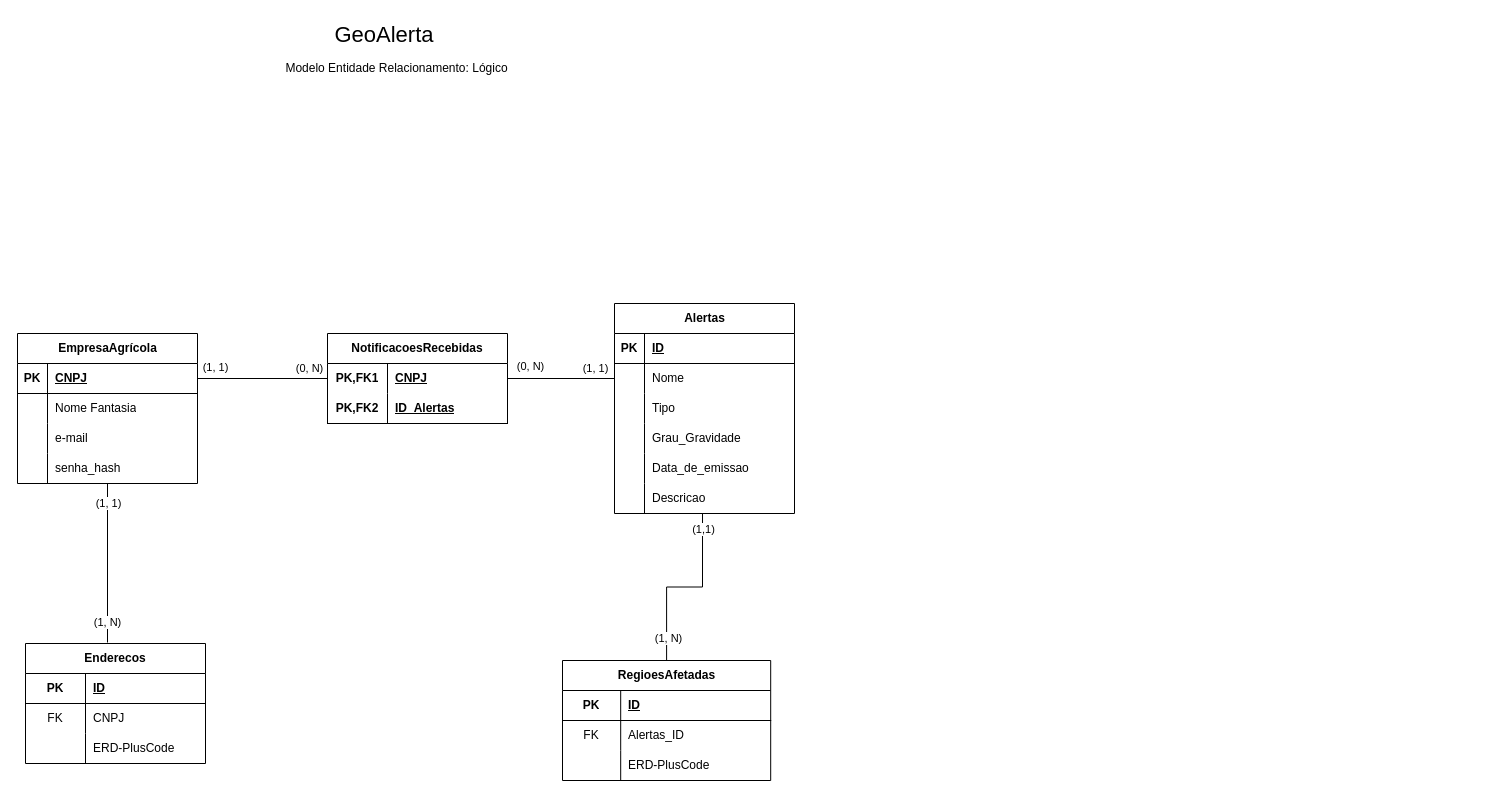
Code-Masters-F/GeoAlerta keeps this draw.io diagram as page "Lógico" (2 of 3) of docs/database-design/Diagrama-ER.drawio. Above is the earlier version. Source tidied: cells renumbered, new cells numbered last; positions are measured from the earlier drawing's top-left corner, leaving out a move shared by most shapes. Both pictures are drawn from the tidied source at 100%, with x=0, y=0 at pixel (17, 17).
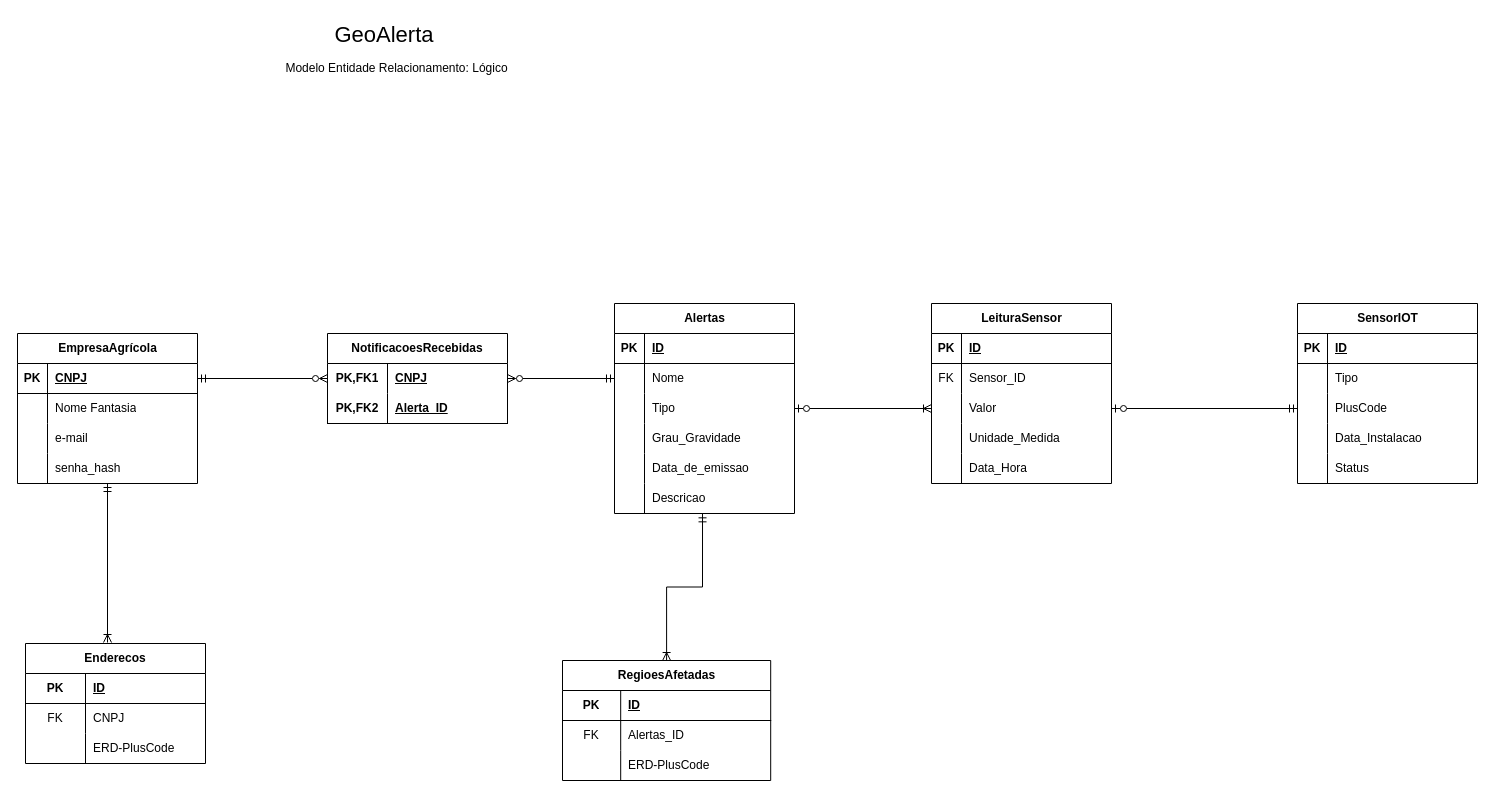
The same page after the edit.

Unchanged cells that the change refers to:
```xml
<mxCell id="5" value="EmpresaAgrícola" style="shape=table;startSize=30;childLayout=tableLayout;rowLines=0;fontStyle=1;align=center;html=1;" parent="1" vertex="1">
  <mxGeometry y="316" width="180" height="150" as="geometry" />
</mxCell>
<mxCell id="6" style="shape=tableRow;horizontal=0;startSize=0;swimlaneHead=0;swimlaneBody=0;fillColor=none;points=[[0,0.5],[1,0.5]];portConstraint=eastwest;top=0;left=0;right=0;bottom=1;" parent="5" vertex="1">
  <mxGeometry y="30" width="180" height="30" as="geometry" />
</mxCell>
<mxCell id="32" style="shape=tableRow;horizontal=0;startSize=0;swimlaneHead=0;swimlaneBody=0;fillColor=none;points=[[0,0.5],[1,0.5]];portConstraint=eastwest;top=0;left=0;right=0;bottom=0;" parent="28" vertex="1">
  <mxGeometry y="60" width="180" height="30" as="geometry" />
</mxCell>
<mxCell id="35" style="shape=tableRow;horizontal=0;startSize=0;swimlaneHead=0;swimlaneBody=0;fillColor=none;points=[[0,0.5],[1,0.5]];portConstraint=eastwest;top=0;left=0;right=0;bottom=0;" parent="28" vertex="1">
  <mxGeometry y="90" width="180" height="30" as="geometry" />
</mxCell>
<mxCell id="44" style="shape=tableRow;horizontal=0;startSize=0;swimlaneHead=0;swimlaneBody=0;fillColor=none;points=[[0,0.5],[1,0.5]];portConstraint=eastwest;top=0;left=0;right=0;bottom=0;" parent="28" vertex="1">
  <mxGeometry y="180" width="180" height="30" as="geometry" />
</mxCell>
<mxCell id="47" value="RegioesAfetadas" style="shape=table;startSize=30;childLayout=tableLayout;rowLines=0;fontStyle=1;align=center;html=1;" parent="1" vertex="1">
  <mxGeometry x="545" y="643" width="208.2" height="120" as="geometry" />
</mxCell>
<mxCell id="60" style="shape=tableRow;horizontal=0;startSize=0;swimlaneHead=0;swimlaneBody=0;fillColor=none;points=[[0,0.5],[1,0.5]];portConstraint=eastwest;top=0;left=0;right=0;bottom=0;html=1;" parent="59" vertex="1">
  <mxGeometry y="30" width="180" height="30" as="geometry" />
</mxCell>
<mxCell id="63" style="shape=tableRow;horizontal=0;startSize=0;swimlaneHead=0;swimlaneBody=0;fillColor=none;top=0;left=0;right=0;bottom=1;html=1;" parent="59" vertex="1">
  <mxGeometry y="60" width="180" height="30" as="geometry" />
</mxCell>
```

Change to the diagram source:
```diff
@@
-    <mxCell id="2" style="edgeStyle=orthogonalEdgeStyle;rounded=0;jettySize=auto;html=1;endArrow=none;endFill=0;" parent="1" edge="1" source="5">
+    <mxCell id="2" style="edgeStyle=orthogonalEdgeStyle;rounded=0;jettySize=auto;html=1;endArrow=ERoneToMany;endFill=0;startArrow=ERmandOne;startFill=0;" parent="1" edge="1" source="5">
       <mxGeometry relative="1" as="geometry">
         <mxPoint x="90" y="625" as="targetPoint" />
       </mxGeometry>
     </mxCell>
-    <mxCell id="3" value="(1, N)" style="edgeLabel;html=1;align=center;verticalAlign=middle;" parent="2" vertex="1">
-      <mxGeometry x="0.74" y="-1" relative="1" as="geometry" />
-    </mxCell>
-    <mxCell id="4" value="(1, 1)" style="edgeLabel;html=1;align=center;verticalAlign=middle;" parent="2" vertex="1">
-      <mxGeometry x="-0.76" relative="1" as="geometry" />
-    </mxCell>
@@
-    <mxCell id="65" value="ID_Alertas" style="shape=partialRectangle;fillColor=none;top=0;left=0;bottom=0;right=0;align=left;spacingLeft=6;fontStyle=5;overflow=hidden;html=1;whiteSpace=wrap;" parent="63" vertex="1">
+    <mxCell id="65" value="Alerta_ID" style="shape=partialRectangle;fillColor=none;top=0;left=0;bottom=0;right=0;align=left;spacingLeft=6;fontStyle=5;overflow=hidden;html=1;whiteSpace=wrap;" parent="63" vertex="1">
       <mxGeometry x="60" width="120" height="30" as="geometry" />
     </mxCell>
-    <mxCell id="66" style="edgeStyle=orthogonalEdgeStyle;rounded=0;jettySize=auto;html=1;entryX=0;entryY=0.5;entryDx=0;entryDy=0;endArrow=none;endFill=0;exitX=1;exitY=0.5;exitDx=0;exitDy=0;" parent="1" edge="1" source="6" target="60">
+    <mxCell id="66" style="edgeStyle=orthogonalEdgeStyle;rounded=0;jettySize=auto;html=1;entryX=0;entryY=0.5;entryDx=0;entryDy=0;endArrow=ERzeroToMany;endFill=0;exitX=1;exitY=0.5;exitDx=0;exitDy=0;startArrow=ERmandOne;startFill=0;" parent="1" edge="1" source="6" target="60">
       <mxGeometry relative="1" as="geometry" />
     </mxCell>
-    <mxCell id="67" value="(1, 1)" style="edgeLabel;html=1;align=center;verticalAlign=middle;" parent="66" vertex="1">
-      <mxGeometry x="-0.73" y="-1" relative="1" as="geometry">
-        <mxPoint x="-1" y="-13" as="offset" />
-      </mxGeometry>
-    </mxCell>
-    <mxCell id="68" value="(0, N)" style="edgeLabel;html=1;align=center;verticalAlign=middle;" parent="66" vertex="1">
-      <mxGeometry x="0.76" y="-2" relative="1" as="geometry">
-        <mxPoint x="-3" y="-13" as="offset" />
-      </mxGeometry>
-    </mxCell>
@@
-    <mxCell id="72" style="edgeStyle=orthogonalEdgeStyle;rounded=0;jettySize=auto;html=1;entryX=0.489;entryY=1.011;entryDx=0;entryDy=0;entryPerimeter=0;endArrow=none;endFill=0;" parent="1" edge="1" source="47" target="44">
+    <mxCell id="72" style="edgeStyle=orthogonalEdgeStyle;rounded=0;jettySize=auto;html=1;entryX=0.489;entryY=1.011;entryDx=0;entryDy=0;entryPerimeter=0;endArrow=ERmandOne;endFill=0;startArrow=ERoneToMany;startFill=0;" parent="1" edge="1" source="47" target="44">
       <mxGeometry relative="1" as="geometry" />
     </mxCell>
-    <mxCell id="73" value="(1, N)" style="edgeLabel;html=1;align=center;verticalAlign=middle;" parent="72" vertex="1">
-      <mxGeometry x="-0.75" y="-1" relative="1" as="geometry" />
-    </mxCell>
-    <mxCell id="74" value="(1,1)" style="edgeLabel;html=1;align=center;verticalAlign=middle;" parent="72" vertex="1">
-      <mxGeometry x="0.83" relative="1" as="geometry" />
-    </mxCell>
-    <mxCell id="75" style="edgeStyle=orthogonalEdgeStyle;rounded=0;jettySize=auto;html=1;entryX=0;entryY=0.5;entryDx=0;entryDy=0;endArrow=none;endFill=0;" parent="1" edge="1" source="60" target="32">
+    <mxCell id="75" style="edgeStyle=orthogonalEdgeStyle;rounded=0;jettySize=auto;html=1;entryX=0;entryY=0.5;entryDx=0;entryDy=0;endArrow=ERmandOne;endFill=0;startArrow=ERzeroToMany;startFill=0;" parent="1" edge="1" source="60" target="32">
       <mxGeometry relative="1" as="geometry" />
     </mxCell>
-    <mxCell id="76" value="(0, N)" style="edgeLabel;html=1;align=center;verticalAlign=middle;" parent="75" vertex="1">
-      <mxGeometry x="-0.59" y="2" relative="1" as="geometry">
-        <mxPoint y="-11" as="offset" />
-      </mxGeometry>
-    </mxCell>
-    <mxCell id="77" value="(1, 1)" style="edgeLabel;html=1;align=center;verticalAlign=middle;" parent="75" vertex="1">
-      <mxGeometry x="0.64" relative="1" as="geometry">
-        <mxPoint x="-1" y="-11" as="offset" />
-      </mxGeometry>
-    </mxCell>
+    <mxCell id="78" value="LeituraSensor" style="shape=table;startSize=30;childLayout=tableLayout;rowLines=0;fontStyle=1;align=center;html=1;" parent="1" vertex="1">
+      <mxGeometry x="914" y="286" width="180" height="180" as="geometry" />
+    </mxCell>
+    <mxCell id="79" style="shape=tableRow;horizontal=0;startSize=0;swimlaneHead=0;swimlaneBody=0;fillColor=none;top=0;left=0;right=0;bottom=1;" parent="78" vertex="1">
+      <mxGeometry y="30" width="180" height="30" as="geometry" />
+    </mxCell>
+    <mxCell id="80" value="PK" style="shape=partialRectangle;fillColor=none;top=0;left=0;bottom=0;right=0;fontStyle=1;overflow=hidden;whiteSpace=wrap;html=1;" parent="79" vertex="1">
+      <mxGeometry width="30" height="30" as="geometry" />
+    </mxCell>
+    <mxCell id="81" value="ID" style="shape=partialRectangle;fillColor=none;top=0;left=0;bottom=0;right=0;align=left;spacingLeft=6;fontStyle=5;overflow=hidden;whiteSpace=wrap;html=1;" parent="79" vertex="1">
+      <mxGeometry x="30" width="150" height="30" as="geometry" />
+    </mxCell>
+    <mxCell id="82" style="shape=tableRow;horizontal=0;startSize=0;swimlaneHead=0;swimlaneBody=0;fillColor=none;top=0;left=0;right=0;bottom=0;" parent="78" vertex="1">
+      <mxGeometry y="60" width="180" height="30" as="geometry" />
+    </mxCell>
+    <mxCell id="83" value="FK" style="shape=partialRectangle;fillColor=none;top=0;left=0;bottom=0;right=0;fontStyle=0;overflow=hidden;whiteSpace=wrap;html=1;" parent="82" vertex="1">
+      <mxGeometry width="30" height="30" as="geometry" />
+    </mxCell>
+    <mxCell id="84" value="Sensor_ID" style="shape=partialRectangle;fillColor=none;top=0;left=0;bottom=0;right=0;align=left;spacingLeft=6;fontStyle=0;overflow=hidden;whiteSpace=wrap;html=1;" parent="82" vertex="1">
+      <mxGeometry x="30" width="150" height="30" as="geometry" />
+    </mxCell>
+    <mxCell id="85" style="shape=tableRow;horizontal=0;startSize=0;swimlaneHead=0;swimlaneBody=0;fillColor=none;points=[[0,0.5],[1,0.5]];portConstraint=eastwest;top=0;left=0;right=0;bottom=0;" parent="78" vertex="1">
+      <mxGeometry y="90" width="180" height="30" as="geometry" />
+    </mxCell>
+    <mxCell id="86" style="shape=partialRectangle;fillColor=none;top=0;left=0;bottom=0;right=0;overflow=hidden;whiteSpace=wrap;html=1;" parent="85" vertex="1">
+      <mxGeometry width="30" height="30" as="geometry" />
+    </mxCell>
+    <mxCell id="87" value="Valor" style="shape=partialRectangle;fillColor=none;top=0;left=0;bottom=0;right=0;align=left;spacingLeft=6;overflow=hidden;whiteSpace=wrap;html=1;" parent="85" vertex="1">
+      <mxGeometry x="30" width="150" height="30" as="geometry" />
+    </mxCell>
+    <mxCell id="88" style="shape=tableRow;horizontal=0;startSize=0;swimlaneHead=0;swimlaneBody=0;fillColor=none;top=0;left=0;right=0;bottom=0;" parent="78" vertex="1">
+      <mxGeometry y="120" width="180" height="30" as="geometry" />
+    </mxCell>
+    <mxCell id="89" style="shape=partialRectangle;fillColor=none;top=0;left=0;bottom=0;right=0;overflow=hidden;whiteSpace=wrap;html=1;" parent="88" vertex="1">
+      <mxGeometry width="30" height="30" as="geometry" />
+    </mxCell>
+    <mxCell id="90" value="Unidade_Medida" style="shape=partialRectangle;fillColor=none;top=0;left=0;bottom=0;right=0;align=left;spacingLeft=6;overflow=hidden;whiteSpace=wrap;html=1;" parent="88" vertex="1">
+      <mxGeometry x="30" width="150" height="30" as="geometry" />
+    </mxCell>
+    <mxCell id="91" style="shape=tableRow;horizontal=0;startSize=0;swimlaneHead=0;swimlaneBody=0;fillColor=none;top=0;left=0;right=0;bottom=0;" parent="78" vertex="1">
+      <mxGeometry y="150" width="180" height="30" as="geometry" />
+    </mxCell>
+    <mxCell id="92" style="shape=partialRectangle;fillColor=none;top=0;left=0;bottom=0;right=0;overflow=hidden;whiteSpace=wrap;html=1;" parent="91" vertex="1">
+      <mxGeometry width="30" height="30" as="geometry" />
+    </mxCell>
+    <mxCell id="93" value="Data_Hora" style="shape=partialRectangle;fillColor=none;top=0;left=0;bottom=0;right=0;align=left;spacingLeft=6;overflow=hidden;whiteSpace=wrap;html=1;" parent="91" vertex="1">
+      <mxGeometry x="30" width="150" height="30" as="geometry" />
+    </mxCell>
+    <mxCell id="94" value="SensorIOT" style="shape=table;startSize=30;childLayout=tableLayout;rowLines=0;fontStyle=1;align=center;html=1;" parent="1" vertex="1">
+      <mxGeometry x="1280" y="286" width="180" height="180" as="geometry" />
+    </mxCell>
+    <mxCell id="95" style="shape=tableRow;horizontal=0;startSize=0;swimlaneHead=0;swimlaneBody=0;fillColor=none;top=0;left=0;right=0;bottom=1;" parent="94" vertex="1">
+      <mxGeometry y="30" width="180" height="30" as="geometry" />
+    </mxCell>
+    <mxCell id="96" value="PK" style="shape=partialRectangle;fillColor=none;top=0;left=0;bottom=0;right=0;fontStyle=1;overflow=hidden;whiteSpace=wrap;html=1;" parent="95" vertex="1">
+      <mxGeometry width="30" height="30" as="geometry" />
+    </mxCell>
+    <mxCell id="97" value="ID" style="shape=partialRectangle;fillColor=none;top=0;left=0;bottom=0;right=0;align=left;spacingLeft=6;fontStyle=5;overflow=hidden;whiteSpace=wrap;html=1;" parent="95" vertex="1">
+      <mxGeometry x="30" width="150" height="30" as="geometry" />
+    </mxCell>
+    <mxCell id="98" style="shape=tableRow;horizontal=0;startSize=0;swimlaneHead=0;swimlaneBody=0;fillColor=none;top=0;left=0;right=0;bottom=0;" parent="94" vertex="1">
+      <mxGeometry y="60" width="180" height="30" as="geometry" />
+    </mxCell>
+    <mxCell id="99" style="shape=partialRectangle;fillColor=none;top=0;left=0;bottom=0;right=0;overflow=hidden;whiteSpace=wrap;html=1;" parent="98" vertex="1">
+      <mxGeometry width="30" height="30" as="geometry" />
+    </mxCell>
+    <mxCell id="100" value="Tipo" style="shape=partialRectangle;fillColor=none;top=0;left=0;bottom=0;right=0;align=left;spacingLeft=6;overflow=hidden;whiteSpace=wrap;html=1;" parent="98" vertex="1">
+      <mxGeometry x="30" width="150" height="30" as="geometry" />
+    </mxCell>
+    <mxCell id="101" style="shape=tableRow;horizontal=0;startSize=0;swimlaneHead=0;swimlaneBody=0;fillColor=none;points=[[0,0.5],[1,0.5]];portConstraint=eastwest;top=0;left=0;right=0;bottom=0;" parent="94" vertex="1">
+      <mxGeometry y="90" width="180" height="30" as="geometry" />
+    </mxCell>
+    <mxCell id="102" style="shape=partialRectangle;fillColor=none;top=0;left=0;bottom=0;right=0;overflow=hidden;whiteSpace=wrap;html=1;" parent="101" vertex="1">
+      <mxGeometry width="30" height="30" as="geometry" />
+    </mxCell>
+    <mxCell id="103" value="PlusCode" style="shape=partialRectangle;fillColor=none;top=0;left=0;bottom=0;right=0;align=left;spacingLeft=6;overflow=hidden;whiteSpace=wrap;html=1;" parent="101" vertex="1">
+      <mxGeometry x="30" width="150" height="30" as="geometry" />
+    </mxCell>
+    <mxCell id="104" style="shape=tableRow;horizontal=0;startSize=0;swimlaneHead=0;swimlaneBody=0;fillColor=none;top=0;left=0;right=0;bottom=0;" parent="94" vertex="1">
+      <mxGeometry y="120" width="180" height="30" as="geometry" />
+    </mxCell>
+    <mxCell id="105" style="shape=partialRectangle;fillColor=none;top=0;left=0;bottom=0;right=0;overflow=hidden;whiteSpace=wrap;html=1;" parent="104" vertex="1">
+      <mxGeometry width="30" height="30" as="geometry" />
+    </mxCell>
+    <mxCell id="106" value="Data_Instalacao" style="shape=partialRectangle;fillColor=none;top=0;left=0;bottom=0;right=0;align=left;spacingLeft=6;overflow=hidden;whiteSpace=wrap;html=1;" parent="104" vertex="1">
+      <mxGeometry x="30" width="150" height="30" as="geometry" />
+    </mxCell>
+    <mxCell id="107" style="shape=tableRow;horizontal=0;startSize=0;swimlaneHead=0;swimlaneBody=0;fillColor=none;top=0;left=0;right=0;bottom=0;" parent="94" vertex="1">
+      <mxGeometry y="150" width="180" height="30" as="geometry" />
+    </mxCell>
+    <mxCell id="108" style="shape=partialRectangle;fillColor=none;top=0;left=0;bottom=0;right=0;overflow=hidden;whiteSpace=wrap;html=1;" parent="107" vertex="1">
+      <mxGeometry width="30" height="30" as="geometry" />
+    </mxCell>
+    <mxCell id="109" value="Status" style="shape=partialRectangle;fillColor=none;top=0;left=0;bottom=0;right=0;align=left;spacingLeft=6;overflow=hidden;whiteSpace=wrap;html=1;" parent="107" vertex="1">
+      <mxGeometry x="30" width="150" height="30" as="geometry" />
+    </mxCell>
+    <mxCell id="110" style="edgeStyle=orthogonalEdgeStyle;rounded=0;jettySize=auto;html=1;entryX=0;entryY=0.5;entryDx=0;entryDy=0;exitX=1;exitY=0.5;exitDx=0;exitDy=0;endArrow=ERoneToMany;endFill=0;startArrow=ERzeroToOne;startFill=0;" parent="1" edge="1" source="35" target="85">
+      <mxGeometry relative="1" as="geometry" />
+    </mxCell>
+    <mxCell id="111" style="edgeStyle=orthogonalEdgeStyle;rounded=0;jettySize=auto;html=1;entryX=0;entryY=0.5;entryDx=0;entryDy=0;exitX=1;exitY=0.5;exitDx=0;exitDy=0;startArrow=ERzeroToOne;startFill=0;endArrow=ERmandOne;endFill=0;" parent="1" edge="1" source="85" target="101">
+      <mxGeometry relative="1" as="geometry" />
+    </mxCell>
```
